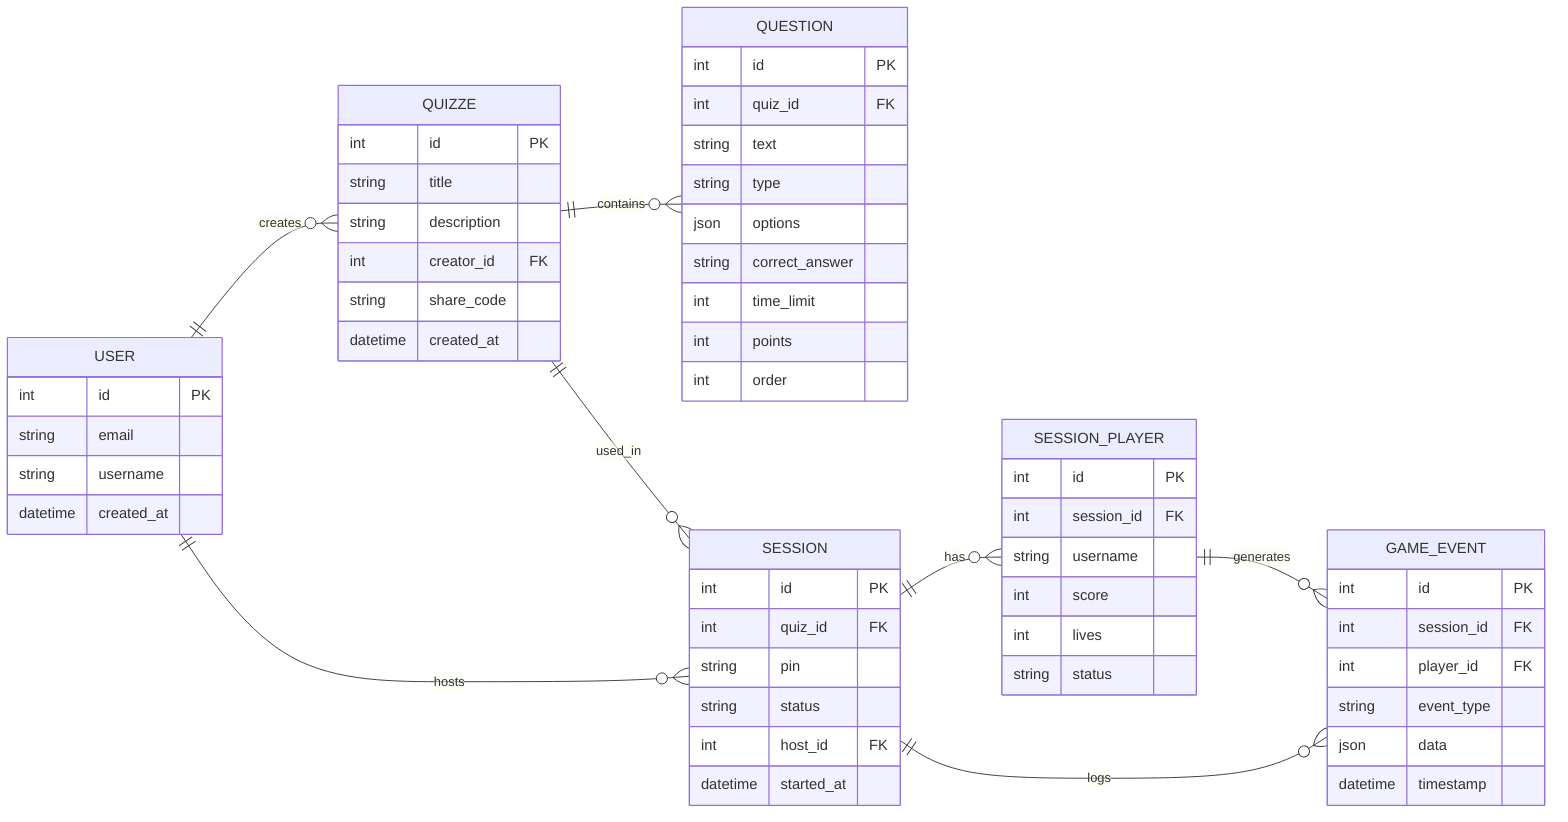
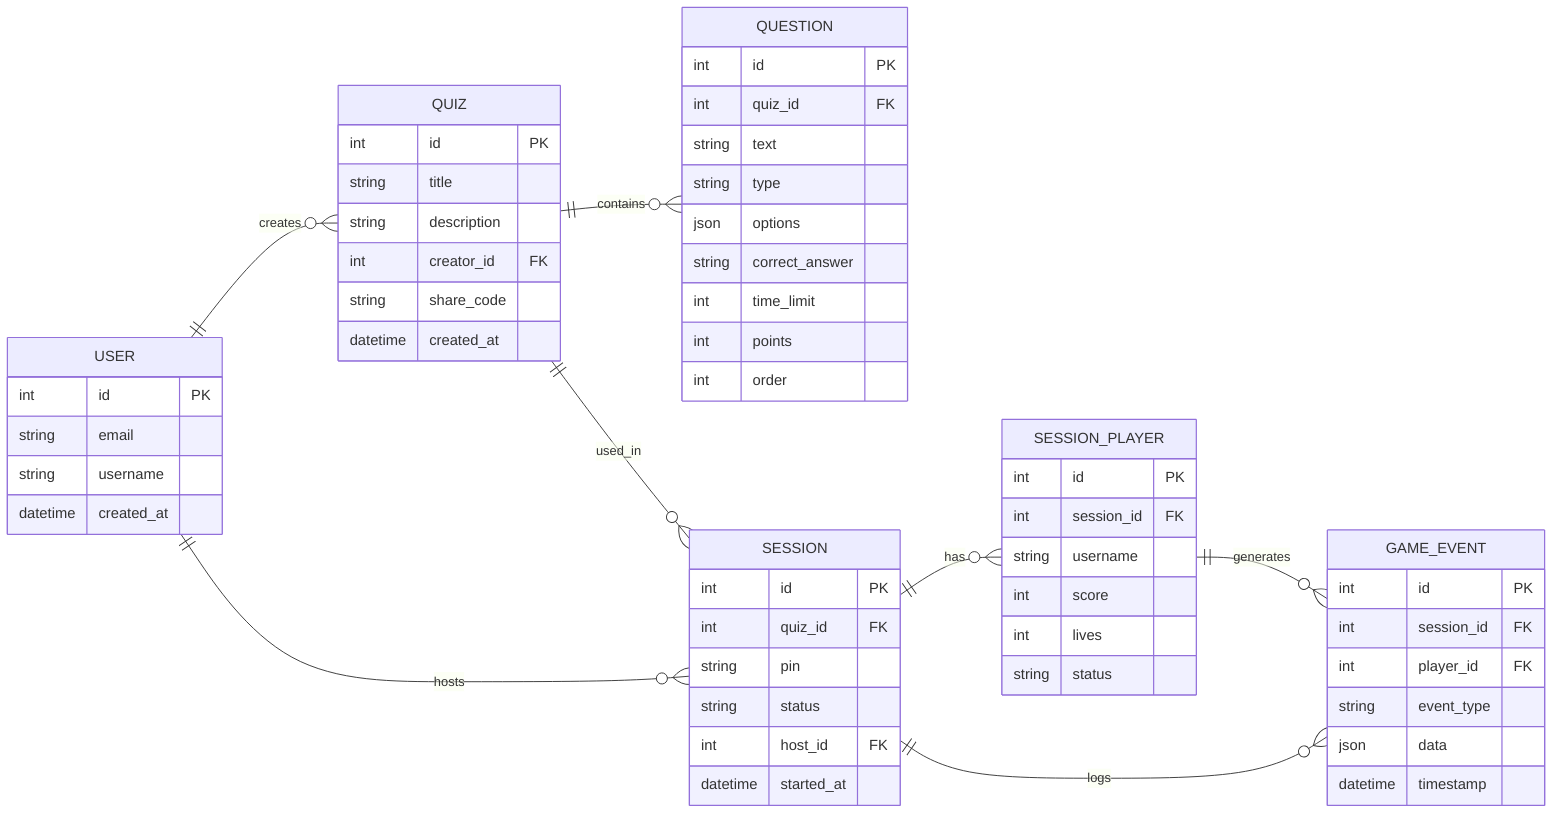
erDiagram
	direction LR
	USER {
		int id PK ""
		string email  ""
		string username  ""
		datetime created_at  ""
	}

- 	QUIZZE {
+ 	QUIZ {
		int id PK ""
		string title  ""
		string description  ""
		int creator_id FK ""
		string share_code  ""
		datetime created_at  ""
	}

	QUESTION {
		int id PK ""
		int quiz_id FK ""
		string text  ""
		string type  ""
		json options  ""
		string correct_answer  ""
		int time_limit  ""
		int points  ""
		int order  ""
	}

	SESSION {
		int id PK ""
		int quiz_id FK ""
		string pin  ""
		string status  ""
		int host_id FK ""
		datetime started_at  ""
	}

	SESSION_PLAYER {
		int id PK ""
		int session_id FK ""
		string username  ""
		int score  ""
		int lives  ""
		string status  ""
	}

	GAME_EVENT {
		int id PK ""
		int session_id FK ""
		int player_id FK ""
		string event_type  ""
		json data  ""
		datetime timestamp  ""
	}

- 	USER||--o{QUIZZE:"creates"
- 	QUIZZE||--o{QUESTION:"contains"
+ 	USER||--o{QUIZ:"creates"
+ 	QUIZ||--o{QUESTION:"contains"
	USER||--o{SESSION:"hosts"
- 	QUIZZE||--o{SESSION:"used_in"
+ 	QUIZ||--o{SESSION:"used_in"
	SESSION||--o{SESSION_PLAYER:"has"
	SESSION_PLAYER||--o{GAME_EVENT:"generates"
- 	SESSION||--o{GAME_EVENT:"logs"+ 	SESSION||--o{GAME_EVENT:"logs"
